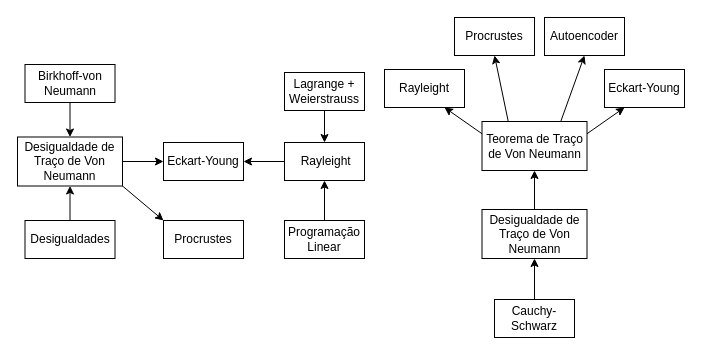
Above: slides/figures/multiple-paths.drawio in joaovictorlopezpereira/Recursive-OLS-Derivation (draw.io), before the change. Source tidied: cells renumbered, new cells numbered last; positions are measured from the earlier drawing's top-left corner, leaving out a move shared by most shapes. Both pictures are drawn from the tidied source at 100%, with x=0, y=0 at pixel (17, 17).
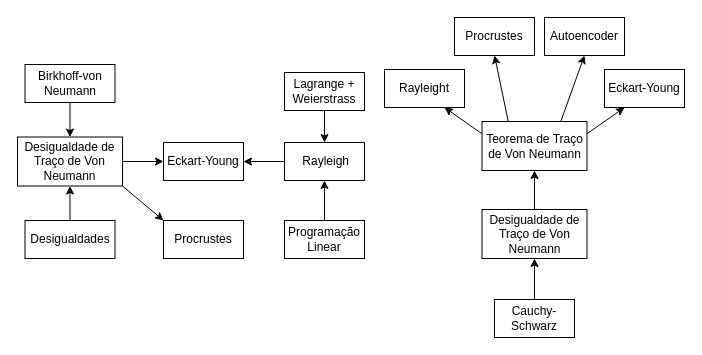
After the change.

Diff of the diagram source:
```diff
@@
-    <mxCell id="9" value="Lagrange + Weierstrauss" style="whiteSpace=wrap;html=1;" parent="1" vertex="1">
+    <mxCell id="9" value="Lagrange + Weierstrass" style="whiteSpace=wrap;html=1;" parent="1" vertex="1">
       <mxGeometry x="267" y="55" width="80" height="38" as="geometry" />
     </mxCell>
@@
-    <mxCell id="11" value="&amp;nbsp;Rayleight" style="whiteSpace=wrap;html=1;" parent="1" vertex="1">
+    <mxCell id="11" value="&amp;nbsp;Rayleigh" style="whiteSpace=wrap;html=1;" parent="1" vertex="1">
       <mxGeometry x="267" y="125" width="80" height="38" as="geometry" />
     </mxCell>
```
